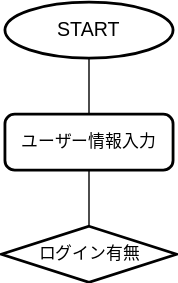
The draw.io diagram フローチャート.drawio.svg in toyoaya/draw.io_exam, before a commit. Source tidied: cells renumbered, new cells last; positions are measured from the earlier drawing's top-left corner, leaving out a move shared by most shapes. Its diagram source:
```xml
<mxGraphModel>
  <root>
    <mxCell id="0" />
    <mxCell id="1" parent="0" />
    <mxCell id="2" style="edgeStyle=orthogonalEdgeStyle;rounded=0;jettySize=auto;html=1;exitX=0.5;exitY=1;exitDx=0;exitDy=0;exitPerimeter=0;entryX=0.5;entryY=0;entryDx=0;entryDy=0;endArrow=none;endFill=0;" parent="1" edge="1" source="3" target="4">
      <mxGeometry relative="1" as="geometry" />
    </mxCell>
    <mxCell id="3" value="&lt;font style=&quot;font-size: 14px;&quot;&gt;START&lt;/font&gt;" style="strokeWidth=2;html=1;shape=mxgraph.flowchart.start_1;whiteSpace=wrap;" parent="1" vertex="1">
      <mxGeometry x="2" width="120" height="40" as="geometry" />
    </mxCell>
    <mxCell id="4" value="ユーザー情報入力" style="rounded=1;whiteSpace=wrap;html=1;absoluteArcSize=1;arcSize=14;strokeWidth=2;" parent="1" vertex="1">
      <mxGeometry x="2" y="80" width="120" height="40" as="geometry" />
    </mxCell>
    <mxCell id="5" value="ログイン有無" style="strokeWidth=2;html=1;shape=mxgraph.flowchart.decision;whiteSpace=wrap;" parent="1" vertex="1">
      <mxGeometry x="-0.5" y="160" width="125" height="40" as="geometry" />
    </mxCell>
    <mxCell id="6" style="edgeStyle=orthogonalEdgeStyle;rounded=0;jettySize=auto;html=1;exitX=0.5;exitY=1;exitDx=0;exitDy=0;entryX=0.5;entryY=0;entryDx=0;entryDy=0;entryPerimeter=0;endArrow=none;endFill=0;" parent="1" edge="1" source="4" target="5">
      <mxGeometry relative="1" as="geometry" />
    </mxCell>
  </root>
</mxGraphModel>
```
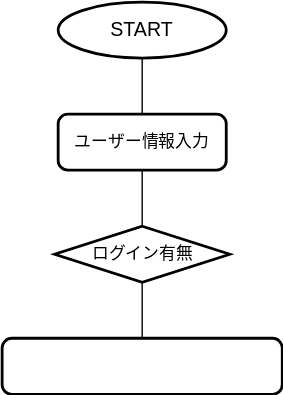
The same diagram one commit later.

Commit message:
フローチャート.drawio.svg を更新します

Change to the diagram source:
```diff
@@ -11,11 +11,17 @@
     <mxCell id="4" value="ユーザー情報入力" style="rounded=1;whiteSpace=wrap;html=1;absoluteArcSize=1;arcSize=14;strokeWidth=2;" parent="1" vertex="1">
       <mxGeometry x="2" y="80" width="120" height="40" as="geometry" />
     </mxCell>
+    <mxCell id="7" style="edgeStyle=orthogonalEdgeStyle;rounded=0;jettySize=auto;html=1;exitX=0.5;exitY=1;exitDx=0;exitDy=0;exitPerimeter=0;entryX=0.5;entryY=0;entryDx=0;entryDy=0;endArrow=none;endFill=0;" parent="1" edge="1" source="5" target="8">
+      <mxGeometry relative="1" as="geometry" />
+    </mxCell>
     <mxCell id="5" value="ログイン有無" style="strokeWidth=2;html=1;shape=mxgraph.flowchart.decision;whiteSpace=wrap;" parent="1" vertex="1">
       <mxGeometry x="-0.5" y="160" width="125" height="40" as="geometry" />
     </mxCell>
     <mxCell id="6" style="edgeStyle=orthogonalEdgeStyle;rounded=0;jettySize=auto;html=1;exitX=0.5;exitY=1;exitDx=0;exitDy=0;entryX=0.5;entryY=0;entryDx=0;entryDy=0;entryPerimeter=0;endArrow=none;endFill=0;" parent="1" edge="1" source="4" target="5">
       <mxGeometry relative="1" as="geometry" />
     </mxCell>
+    <mxCell id="8" style="rounded=1;whiteSpace=wrap;html=1;absoluteArcSize=1;arcSize=14;strokeWidth=2;" parent="1" vertex="1">
+      <mxGeometry x="-38" y="240" width="200" height="40" as="geometry" />
+    </mxCell>
   </root>
 </mxGraphModel>
```
